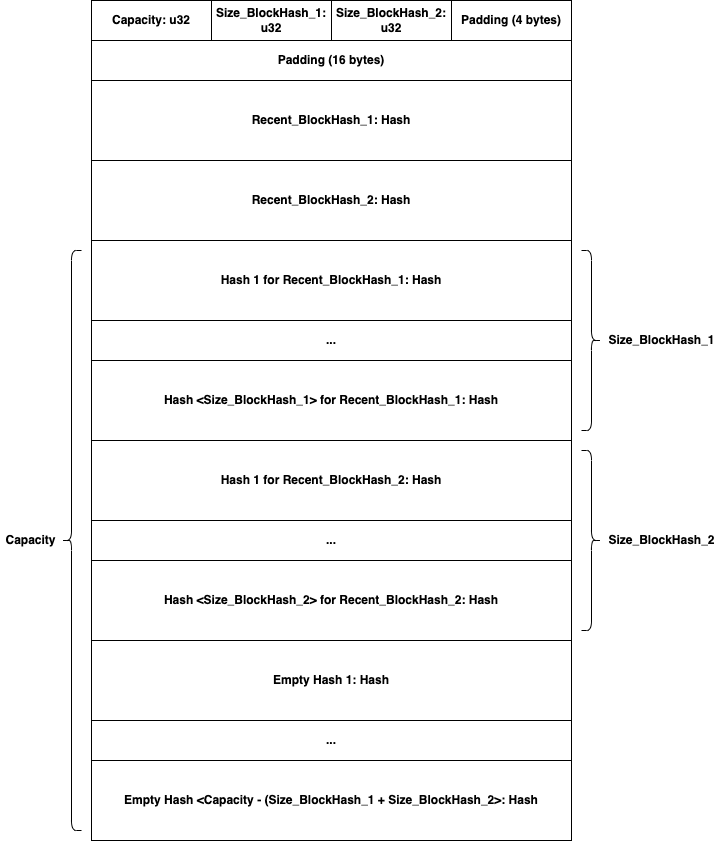
Bonsuano/compto keeps this draw.io diagram as src/user_data_storage/documentation/HashStorage_Memory_Layout.png. Above is the earlier version. Source tidied: cells renumbered, new cells last; positions are measured from the earlier drawing's top-left corner, leaving out a move shared by most shapes.
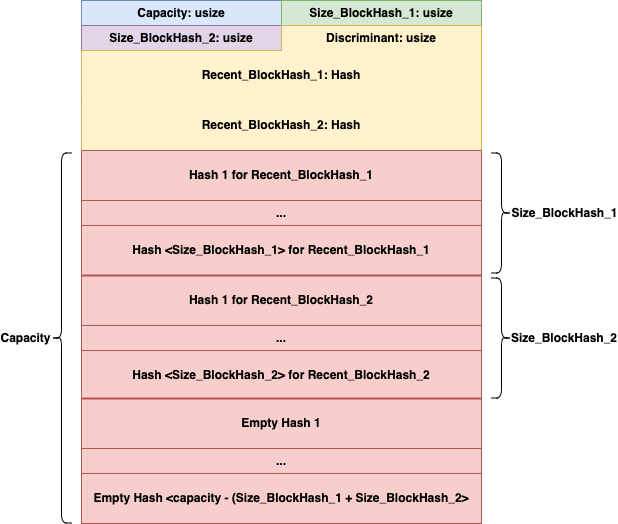
The same diagram one commit later.

Commit message:
update memory layout docs

Change to the diagram source:
```diff
@@ -2,71 +2,92 @@
   <root>
     <mxCell id="0" />
     <mxCell id="1" parent="0" />
+    <mxCell id="24" value="Discriminant: usize" style="rounded=0;whiteSpace=wrap;html=1;fillColor=#fff2cc;strokeColor=none;fontStyle=1;" parent="1" vertex="1">
+      <mxGeometry x="371" y="72" width="200" height="25" as="geometry" />
+    </mxCell>
-    <mxCell id="2" value="Capacity: u32" style="rounded=0;whiteSpace=wrap;html=1;fillColor=#FFFFFF;strokeColor=#000000;fontColor=#000000;fontStyle=1;" parent="1" vertex="1">
-      <mxGeometry x="91" width="120" height="40" as="geometry" />
+    <mxCell id="2" value="Capacity: usize" style="rounded=0;whiteSpace=wrap;html=1;fillColor=#dae8fc;strokeColor=#6c8ebf;fontStyle=1;" parent="1" vertex="1">
+      <mxGeometry x="171" y="47" width="200" height="25" as="geometry" />
     </mxCell>
-    <mxCell id="3" value="Size_BlockHash_1: u32" style="rounded=0;whiteSpace=wrap;html=1;strokeColor=#000000;align=center;verticalAlign=middle;fontFamily=Helvetica;fontSize=12;fontColor=#000000;fillColor=#FFFFFF;fontStyle=1;" parent="1" vertex="1">
-      <mxGeometry x="211" width="120" height="40" as="geometry" />
-    </mxCell>
-    <mxCell id="4" value="Size_BlockHash_2&lt;span style=&quot;background-color: initial;&quot;&gt;: u32&lt;/span&gt;" style="rounded=0;whiteSpace=wrap;html=1;strokeColor=#000000;align=center;verticalAlign=middle;fontFamily=Helvetica;fontSize=12;fontColor=#000000;fillColor=#FFFFFF;fontStyle=1;" parent="1" vertex="1">
-      <mxGeometry x="331" width="120" height="40" as="geometry" />
-    </mxCell>
-    <mxCell id="5" value="Padding (4 bytes)" style="rounded=0;whiteSpace=wrap;html=1;strokeColor=#000000;align=center;verticalAlign=middle;fontFamily=Helvetica;fontSize=12;fontColor=#000000;fillColor=#FFFFFF;fontStyle=1;" parent="1" vertex="1">
-      <mxGeometry x="451" width="120" height="40" as="geometry" />
-    </mxCell>
-    <mxCell id="6" value="Padding (16 bytes)" style="rounded=0;whiteSpace=wrap;html=1;strokeColor=#000000;align=center;verticalAlign=middle;fontFamily=Helvetica;fontSize=12;fontColor=#000000;fillColor=#FFFFFF;fontStyle=1;" parent="1" vertex="1">
-      <mxGeometry x="91" y="40" width="480" height="40" as="geometry" />
-    </mxCell>
-    <mxCell id="7" value="Recent_BlockHash_1: Hash" style="rounded=0;whiteSpace=wrap;html=1;strokeColor=#000000;align=center;verticalAlign=middle;fontFamily=Helvetica;fontSize=12;fontColor=#000000;fillColor=#FFFFFF;fontStyle=1;" parent="1" vertex="1">
-      <mxGeometry x="91" y="80" width="480" height="80" as="geometry" />
+    <mxCell id="7" value="Recent_BlockHash_1: Hash" style="rounded=0;whiteSpace=wrap;html=1;strokeColor=none;align=center;verticalAlign=middle;fontFamily=Helvetica;fontSize=12;fillColor=#fff2cc;fontStyle=1;fillStyle=solid;" parent="1" vertex="1">
+      <mxGeometry x="171" y="97" width="400" height="50" as="geometry" />
     </mxCell>
-    <mxCell id="8" value="Recent_BlockHash_2&lt;span style=&quot;background-color: initial;&quot;&gt;: Hash&lt;/span&gt;" style="rounded=0;whiteSpace=wrap;html=1;strokeColor=#000000;align=center;verticalAlign=middle;fontFamily=Helvetica;fontSize=12;fontColor=#000000;fillColor=#FFFFFF;fontStyle=1;" parent="1" vertex="1">
-      <mxGeometry x="91" y="160" width="480" height="80" as="geometry" />
+    <mxCell id="8" value="Recent_BlockHash_2&lt;span style=&quot;background-color: initial;&quot;&gt;: Hash&lt;/span&gt;" style="rounded=0;whiteSpace=wrap;html=1;strokeColor=none;align=center;verticalAlign=middle;fontFamily=Helvetica;fontSize=12;fillColor=#fff2cc;fontStyle=1;" parent="1" vertex="1">
+      <mxGeometry x="171" y="147" width="400" height="50" as="geometry" />
     </mxCell>
+    <mxCell id="25" style="edgeStyle=none;rounded=0;jettySize=auto;html=1;exitX=1;exitY=0;exitDx=0;exitDy=0;entryX=1;entryY=0;entryDx=0;entryDy=0;fillColor=#fff2cc;strokeColor=#d6b656;endArrow=none;endFill=0;" parent="1" edge="1" source="9" target="24">
+      <mxGeometry relative="1" as="geometry" />
+    </mxCell>
-    <mxCell id="9" value="Hash 1 for Recent_BlockHash_1: Hash" style="rounded=0;whiteSpace=wrap;html=1;strokeColor=#000000;align=center;verticalAlign=middle;fontFamily=Helvetica;fontSize=12;fontColor=#000000;fillColor=#FFFFFF;fontStyle=1;" parent="1" vertex="1">
-      <mxGeometry x="91" y="240" width="480" height="80" as="geometry" />
+    <mxCell id="9" value="Hash 1 for Recent_BlockHash_1" style="rounded=0;whiteSpace=wrap;html=1;strokeColor=#b85450;align=center;verticalAlign=middle;fontFamily=Helvetica;fontSize=12;fillColor=#f8cecc;fontStyle=1;" parent="1" vertex="1">
+      <mxGeometry x="171" y="197" width="400" height="50" as="geometry" />
     </mxCell>
-    <mxCell id="10" value="Hash &amp;lt;Size_BlockHash_1&amp;gt; for Recent_BlockHash_1: Hash" style="rounded=0;whiteSpace=wrap;html=1;strokeColor=#000000;align=center;verticalAlign=middle;fontFamily=Helvetica;fontSize=12;fontColor=#000000;fillColor=#FFFFFF;fontStyle=1;" parent="1" vertex="1">
-      <mxGeometry x="91" y="360" width="480" height="80" as="geometry" />
+    <mxCell id="10" value="Hash &amp;lt;Size_BlockHash_1&amp;gt; for Recent_BlockHash_1" style="rounded=0;whiteSpace=wrap;html=1;strokeColor=#b85450;align=center;verticalAlign=middle;fontFamily=Helvetica;fontSize=12;fillColor=#f8cecc;fontStyle=1;" parent="1" vertex="1">
+      <mxGeometry x="171" y="272" width="400" height="50" as="geometry" />
     </mxCell>
-    <mxCell id="11" value="..." style="rounded=0;whiteSpace=wrap;html=1;strokeColor=#000000;align=center;verticalAlign=middle;fontFamily=Helvetica;fontSize=12;fontColor=#000000;fillColor=#FFFFFF;fontStyle=1;" parent="1" vertex="1">
-      <mxGeometry x="91" y="320" width="480" height="40" as="geometry" />
-    </mxCell>
-    <mxCell id="12" value="Hash 1 for Recent_BlockHash_2: Hash" style="rounded=0;whiteSpace=wrap;html=1;strokeColor=#000000;align=center;verticalAlign=middle;fontFamily=Helvetica;fontSize=12;fontColor=#000000;fillColor=#FFFFFF;fontStyle=1;" parent="1" vertex="1">
-      <mxGeometry x="91" y="440" width="480" height="80" as="geometry" />
-    </mxCell>
-    <mxCell id="13" value="Hash &amp;lt;Size_BlockHash_2&amp;gt; for Recent_BlockHash_2: Hash" style="rounded=0;whiteSpace=wrap;html=1;strokeColor=#000000;align=center;verticalAlign=middle;fontFamily=Helvetica;fontSize=12;fontColor=#000000;fillColor=#FFFFFF;fontStyle=1;" parent="1" vertex="1">
-      <mxGeometry x="91" y="560" width="480" height="80" as="geometry" />
-    </mxCell>
-    <mxCell id="14" value="..." style="rounded=0;whiteSpace=wrap;html=1;strokeColor=#000000;align=center;verticalAlign=middle;fontFamily=Helvetica;fontSize=12;fontColor=#000000;fillColor=#FFFFFF;fontStyle=1;" parent="1" vertex="1">
-      <mxGeometry x="91" y="520" width="480" height="40" as="geometry" />
-    </mxCell>
-    <mxCell id="15" style="shape=curlyBracket;whiteSpace=wrap;html=1;rounded=1;flipH=1;labelPosition=right;verticalLabelPosition=middle;align=center;verticalAlign=middle;fontFamily=Helvetica;fontSize=12;size=0.5;shadow=0;fontStyle=1;labelBorderColor=none;labelBackgroundColor=#000000;fillStyle=auto;perimeterSpacing=0;direction=east;fixDash=0;comic=0;fillOpacity=100;fillColor=#FFFFFF;strokeColor=#000000;fontColor=#000000;" parent="1" vertex="1">
-      <mxGeometry x="581" y="250" width="20" height="180" as="geometry" />
-    </mxCell>
-    <mxCell id="16" style="shape=curlyBracket;whiteSpace=wrap;html=1;rounded=1;flipH=1;labelPosition=right;verticalLabelPosition=middle;align=center;verticalAlign=middle;strokeColor=#000000;fontFamily=Helvetica;fontSize=12;fontColor=#000000;fillColor=#FFFFFF;" parent="1" vertex="1">
-      <mxGeometry x="581" y="450" width="20" height="180" as="geometry" />
-    </mxCell>
+    <mxCell id="26" value="Size_BlockHash_1: usize" style="rounded=0;whiteSpace=wrap;html=1;fillColor=#d5e8d4;strokeColor=#82b366;fontStyle=1;" parent="1" vertex="1">
+      <mxGeometry x="371" y="47" width="200" height="25" as="geometry" />
+    </mxCell>
+    <mxCell id="27" value="Size_BlockHash_2: usize" style="rounded=0;whiteSpace=wrap;html=1;fillColor=#e1d5e7;strokeColor=#9673a6;fontStyle=1;" parent="1" vertex="1">
+      <mxGeometry x="171" y="72" width="200" height="25" as="geometry" />
+    </mxCell>
+    <mxCell id="28" value="..." style="rounded=0;whiteSpace=wrap;html=1;fillColor=#f8cecc;strokeColor=#b85450;fontStyle=1;" parent="1" vertex="1">
+      <mxGeometry x="171" y="247" width="400" height="25" as="geometry" />
+    </mxCell>
+    <mxCell id="29" value="Hash 1 for Recent_BlockHash_2" style="rounded=0;whiteSpace=wrap;html=1;strokeColor=#b85450;align=center;verticalAlign=middle;fontFamily=Helvetica;fontSize=12;fillColor=#f8cecc;fontStyle=1;" parent="1" vertex="1">
+      <mxGeometry x="171" y="322" width="400" height="50" as="geometry" />
+    </mxCell>
+    <mxCell id="30" value="Hash &amp;lt;Size_BlockHash_2&amp;gt; for Recent_BlockHash_2" style="rounded=0;whiteSpace=wrap;html=1;strokeColor=#b85450;align=center;verticalAlign=middle;fontFamily=Helvetica;fontSize=12;fillColor=#f8cecc;fontStyle=1;" parent="1" vertex="1">
+      <mxGeometry x="171" y="397" width="400" height="50" as="geometry" />
+    </mxCell>
+    <mxCell id="31" value="..." style="rounded=0;whiteSpace=wrap;html=1;fillColor=#f8cecc;strokeColor=#b85450;fontStyle=1;" parent="1" vertex="1">
+      <mxGeometry x="171" y="372" width="400" height="25" as="geometry" />
+    </mxCell>
+    <mxCell id="32" value="Empty Hash 1" style="rounded=0;whiteSpace=wrap;html=1;strokeColor=#b85450;align=center;verticalAlign=middle;fontFamily=Helvetica;fontSize=12;fillColor=#f8cecc;fontStyle=1;" parent="1" vertex="1">
+      <mxGeometry x="171" y="445" width="400" height="50" as="geometry" />
+    </mxCell>
+    <mxCell id="33" value="Empty Hash &amp;lt;capacity - (Size_BlockHash_1 + Size_BlockHash_2&amp;gt;" style="rounded=0;whiteSpace=wrap;html=1;strokeColor=#b85450;align=center;verticalAlign=middle;fontFamily=Helvetica;fontSize=12;fillColor=#f8cecc;fontStyle=1;" parent="1" vertex="1">
+      <mxGeometry x="171" y="520" width="400" height="50" as="geometry" />
+    </mxCell>
+    <mxCell id="34" value="..." style="rounded=0;whiteSpace=wrap;html=1;fillColor=#f8cecc;strokeColor=#b85450;fontStyle=1;" parent="1" vertex="1">
+      <mxGeometry x="171" y="495" width="400" height="25" as="geometry" />
+    </mxCell>
+    <mxCell id="35" style="edgeStyle=none;rounded=0;jettySize=auto;html=1;exitX=1;exitY=0;exitDx=0;exitDy=0;entryX=1;entryY=1;entryDx=0;entryDy=0;fillColor=#fff2cc;strokeColor=#d6b656;endArrow=none;endFill=0;" parent="1" edge="1" source="27" target="26">
+      <mxGeometry relative="1" as="geometry" />
+    </mxCell>
+    <mxCell id="36" style="edgeStyle=none;rounded=0;jettySize=auto;html=1;exitX=0.5;exitY=0;exitDx=0;exitDy=0;fillColor=#fff2cc;strokeColor=#d6b656;endArrow=none;endFill=0;entryX=1;entryY=0;entryDx=0;entryDy=0;" parent="1" edge="1" source="7" target="27">
+      <mxGeometry relative="1" as="geometry" />
+    </mxCell>
+    <mxCell id="37" style="edgeStyle=none;rounded=0;orthogonalLoop=1;jettySize=auto;html=1;exitX=0;exitY=0;exitDx=0;exitDy=0;entryX=0.5;entryY=0;entryDx=0;entryDy=0;fillColor=#fff2cc;strokeColor=#d6b656;endArrow=none;endFill=0;" parent="1" edge="1" source="7" target="7">
+      <mxGeometry relative="1" as="geometry" />
+    </mxCell>
+    <mxCell id="38" style="edgeStyle=none;rounded=0;jettySize=auto;html=1;exitX=0;exitY=0;exitDx=0;exitDy=0;entryX=0;entryY=0;entryDx=0;entryDy=0;fillColor=#fff2cc;strokeColor=#d6b656;endArrow=none;endFill=0;" parent="1" edge="1" source="9" target="7">
+      <mxGeometry relative="1" as="geometry" />
+    </mxCell>
+    <mxCell id="39" style="edgeStyle=none;rounded=0;orthogonalLoop=1;jettySize=auto;html=1;exitX=1;exitY=0;exitDx=0;exitDy=0;entryX=0;entryY=0;entryDx=0;entryDy=0;fillColor=#f8cecc;strokeColor=#b85450;endArrow=none;endFill=0;strokeWidth=2;" parent="1" edge="1" source="29" target="29">
+      <mxGeometry relative="1" as="geometry" />
+    </mxCell>
+    <mxCell id="40" style="edgeStyle=none;rounded=0;orthogonalLoop=1;jettySize=auto;html=1;exitX=1;exitY=0;exitDx=0;exitDy=0;entryX=0;entryY=0;entryDx=0;entryDy=0;fillColor=#f8cecc;strokeColor=#b85450;endArrow=none;endFill=0;strokeWidth=2;" parent="1" edge="1">
+      <mxGeometry relative="1" as="geometry">
+        <mxPoint x="571" y="445" as="sourcePoint" />
+        <mxPoint x="171" y="445" as="targetPoint" />
+      </mxGeometry>
+    </mxCell>
+    <mxCell id="41" style="shape=curlyBracket;whiteSpace=wrap;html=1;rounded=1;flipH=1;labelPosition=right;verticalLabelPosition=middle;align=left;verticalAlign=middle;" parent="1" vertex="1">
+      <mxGeometry x="581" y="199.5" width="20" height="120" as="geometry" />
+    </mxCell>
-    <mxCell id="17" value="&amp;nbsp;Size_BlockHash_1&amp;nbsp;" style="text;strokeColor=none;fillColor=#FFFFFF;html=1;fontSize=12;fontStyle=1;verticalAlign=middle;align=center;fontFamily=Helvetica;fontColor=#000000;textShadow=0;rounded=0;shadow=0;labelBackgroundColor=#FFFFFF;labelBorderColor=none;" parent="1" vertex="1">
-      <mxGeometry x="611" y="320" width="100" height="40" as="geometry" />
+    <mxCell id="17" value="&lt;span style=&quot;font-weight: 700;&quot;&gt;Size_BlockHash_1&lt;/span&gt;" style="text;html=1;align=center;verticalAlign=middle;whiteSpace=wrap;rounded=0;" parent="1" vertex="1">
+      <mxGeometry x="601" y="244.5" width="107" height="30" as="geometry" />
     </mxCell>
+    <mxCell id="42" style="shape=curlyBracket;whiteSpace=wrap;html=1;rounded=1;flipH=1;labelPosition=right;verticalLabelPosition=middle;align=left;verticalAlign=middle;" parent="1" vertex="1">
+      <mxGeometry x="581" y="324.5" width="20" height="120" as="geometry" />
+    </mxCell>
-    <mxCell id="18" value="&amp;nbsp;Size_BlockHash_2&amp;nbsp;" style="text;strokeColor=#FFFFFF;fillColor=#FFFFFF;html=1;fontSize=12;fontStyle=1;verticalAlign=middle;align=center;fontFamily=Helvetica;fontColor=#000000;labelBorderColor=none;labelBackgroundColor=#FFFFFF;" parent="1" vertex="1">
-      <mxGeometry x="611" y="520" width="100" height="40" as="geometry" />
+    <mxCell id="18" value="&lt;span style=&quot;font-weight: 700;&quot;&gt;Size_BlockHash_2&lt;/span&gt;" style="text;html=1;align=center;verticalAlign=middle;whiteSpace=wrap;rounded=0;" parent="1" vertex="1">
+      <mxGeometry x="601" y="369.5" width="106" height="30" as="geometry" />
     </mxCell>
-    <mxCell id="19" value="Empty Hash 1: Hash" style="rounded=0;whiteSpace=wrap;html=1;strokeColor=#000000;align=center;verticalAlign=middle;fontFamily=Helvetica;fontSize=12;fontColor=#000000;fillColor=#FFFFFF;fontStyle=1;" parent="1" vertex="1">
-      <mxGeometry x="91" y="640" width="480" height="80" as="geometry" />
-    </mxCell>
-    <mxCell id="20" value="Empty Hash &amp;lt;Capacity - (Size_BlockHash_1 + Size_BlockHash_2&amp;gt;: Hash" style="rounded=0;whiteSpace=wrap;html=1;strokeColor=#000000;align=center;verticalAlign=middle;fontFamily=Helvetica;fontSize=12;fontColor=#000000;fillColor=#FFFFFF;fontStyle=1;" parent="1" vertex="1">
-      <mxGeometry x="91" y="760" width="480" height="80" as="geometry" />
-    </mxCell>
-    <mxCell id="21" value="..." style="rounded=0;whiteSpace=wrap;html=1;strokeColor=#000000;align=center;verticalAlign=middle;fontFamily=Helvetica;fontSize=12;fontColor=#000000;fillColor=#FFFFFF;fontStyle=1;" parent="1" vertex="1">
-      <mxGeometry x="91" y="720" width="480" height="40" as="geometry" />
-    </mxCell>
-    <mxCell id="22" style="shape=curlyBracket;whiteSpace=wrap;html=1;rounded=1;labelPosition=left;verticalLabelPosition=middle;align=right;verticalAlign=middle;strokeColor=#000000;fontFamily=Helvetica;fontSize=12;fontColor=#000000;fillColor=#FFFFFF;" parent="1" vertex="1">
-      <mxGeometry x="61" y="250" width="20" height="580" as="geometry" />
-    </mxCell>
-    <mxCell id="23" value="&amp;nbsp;Capacity&amp;nbsp;" style="text;strokeColor=none;fillColor=#FFFFFF;html=1;fontSize=12;fontStyle=1;verticalAlign=middle;align=center;fontFamily=Helvetica;fontColor=#000000;labelBorderColor=none;labelBackgroundColor=#FFFFFF;" parent="1" vertex="1">
-      <mxGeometry y="520" width="60" height="40" as="geometry" />
+    <mxCell id="23" value="&lt;span style=&quot;font-weight: 700;&quot;&gt;Capacity&lt;/span&gt;" style="text;html=1;align=center;verticalAlign=middle;whiteSpace=wrap;rounded=0;" parent="1" vertex="1">
+      <mxGeometry x="90" y="369.5" width="51" height="30" as="geometry" />
     </mxCell>
+    <mxCell id="43" style="shape=curlyBracket;whiteSpace=wrap;html=1;rounded=1;labelPosition=left;verticalLabelPosition=middle;align=right;verticalAlign=middle;" parent="1" vertex="1">
+      <mxGeometry x="141" y="199.5" width="20" height="370" as="geometry" />
+    </mxCell>
   </root>
 </mxGraphModel>
```
